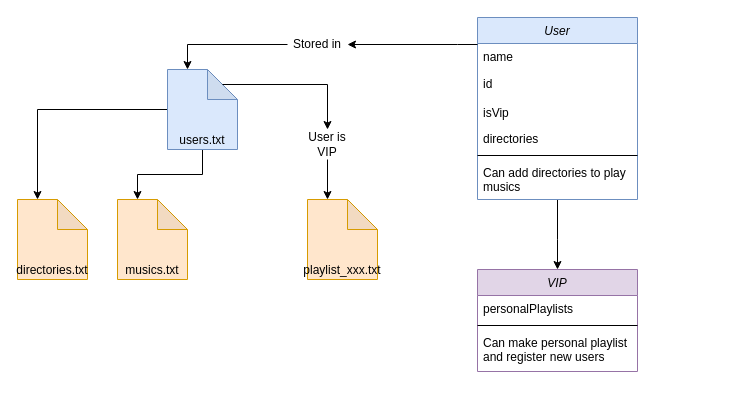
CV1tor/music-player keeps this draw.io diagram as LP2_MusicPlayer.drawio. Above is the earlier version. Source tidied: cells renumbered, new cells numbered last; positions are measured from the earlier drawing's top-left corner, leaving out a move shared by most shapes. Both pictures are drawn from the tidied source at 100%, with x=0, y=0 at pixel (17, 17).
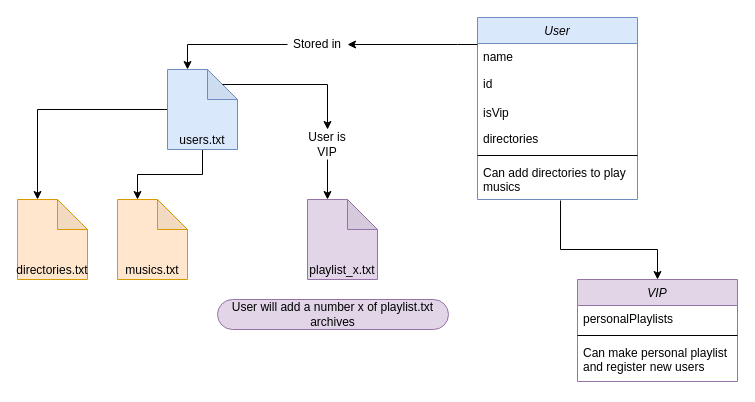
The same page after the edit.

Commit message:
Estruturalização inicial

The change refers to these unchanged cells:
```xml
<mxCell id="3" value="User" style="swimlane;fontStyle=2;align=center;verticalAlign=top;horizontal=1;startSize=26;rounded=0;shadow=0;strokeWidth=1;fillColor=#dae8fc;strokeColor=#6c8ebf;" parent="1" vertex="1">
  <mxGeometry x="460" width="160" height="182" as="geometry" />
</mxCell>
<mxCell id="9" value="Can add directories to play musics" style="text;align=left;verticalAlign=top;spacingLeft=4;spacingRight=4;overflow=hidden;points=[[0,0.5],[1,0.5]];portConstraint=eastwest;whiteSpace=wrap;" parent="3" vertex="1">
  <mxGeometry y="142" width="160" height="40" as="geometry" />
</mxCell>
```

Diff of the diagram source:
```diff
@@
-    <mxCell id="2" style="edgeStyle=orthogonalEdgeStyle;rounded=0;jettySize=auto;html=1;entryX=0.5;entryY=0;entryDx=0;entryDy=0;" parent="1" edge="1" source="3" target="10">
+    <mxCell id="2" style="edgeStyle=orthogonalEdgeStyle;rounded=0;jettySize=auto;html=1;entryX=0.5;entryY=0;entryDx=0;entryDy=0;exitX=0.519;exitY=1.025;exitDx=0;exitDy=0;exitPerimeter=0;" parent="1" edge="1" source="9" target="10">
       <mxGeometry relative="1" as="geometry">
         <Array as="points">
-          <mxPoint x="540" y="222" />
-          <mxPoint x="540" y="222" />
+          <mxPoint x="543" y="232" />
+          <mxPoint x="640" y="232" />
         </Array>
       </mxGeometry>
     </mxCell>
@@
     <mxCell id="10" value="VIP" style="swimlane;fontStyle=2;align=center;verticalAlign=top;horizontal=1;startSize=26;rounded=0;shadow=0;strokeWidth=1;fillColor=#e1d5e7;strokeColor=#9673a6;" parent="1" vertex="1">
-      <mxGeometry x="460" y="252" width="160" height="102" as="geometry" />
+      <mxGeometry x="560" y="262" width="160" height="102" as="geometry" />
     </mxCell>
@@
-    <mxCell id="16" value="playlist_xxx.txt" style="shape=note;whiteSpace=wrap;html=1;backgroundOutline=1;darkOpacity=0.05;fillColor=#ffe6cc;strokeColor=#d79b00;verticalAlign=bottom;" parent="1" vertex="1">
+    <mxCell id="16" value="playlist_x.txt" style="shape=note;whiteSpace=wrap;html=1;backgroundOutline=1;darkOpacity=0.05;fillColor=#e1d5e7;strokeColor=#9673a6;verticalAlign=bottom;" parent="1" vertex="1">
       <mxGeometry x="290" y="182" width="70" height="80" as="geometry" />
     </mxCell>
@@
+    <mxCell id="26" value="User will add a number x of playlist.txt archives" style="whiteSpace=wrap;html=1;rounded=1;arcSize=50;align=center;verticalAlign=middle;strokeWidth=1;spacing=4;newEdgeStyle={&quot;edgeStyle&quot;:&quot;entityRelationEdgeStyle&quot;,&quot;startArrow&quot;:&quot;none&quot;,&quot;endArrow&quot;:&quot;none&quot;,&quot;segment&quot;:10,&quot;curved&quot;:1,&quot;sourcePerimeterSpacing&quot;:0,&quot;targetPerimeterSpacing&quot;:0};fillColor=#e1d5e7;strokeColor=#9673a6;" parent="1" vertex="1" collapsed="1">
+      <mxGeometry x="200" y="282" width="231" height="30" as="geometry" />
+    </mxCell>
```
